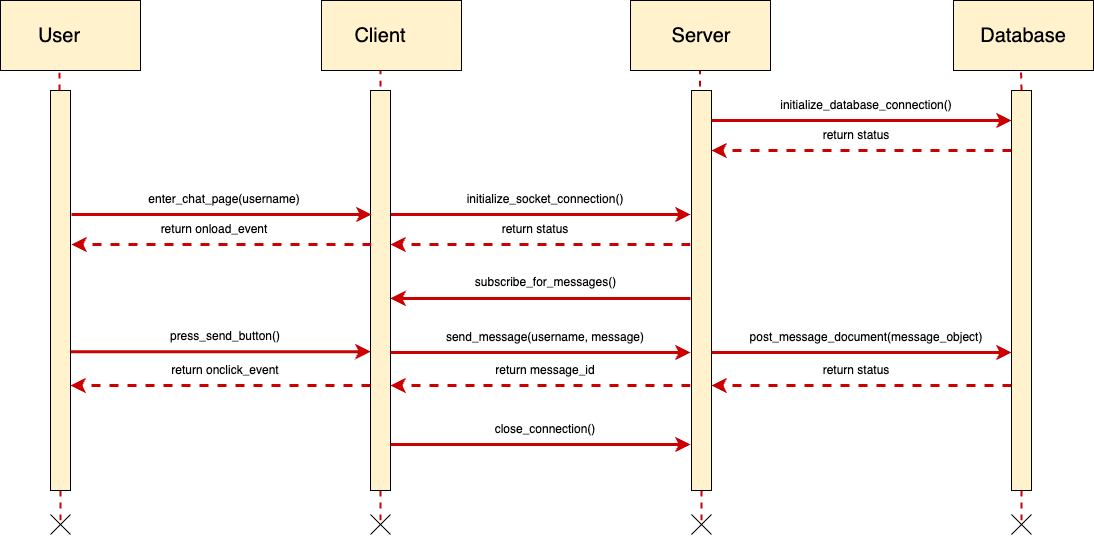
Earlier version of the draw.io export figures/send-message-user-to-server-sequence.png (thecalebmoody/msg-app). Source tidied: cells renumbered, new cells last; positions are measured from the earlier drawing's top-left corner, leaving out a move shared by most shapes.
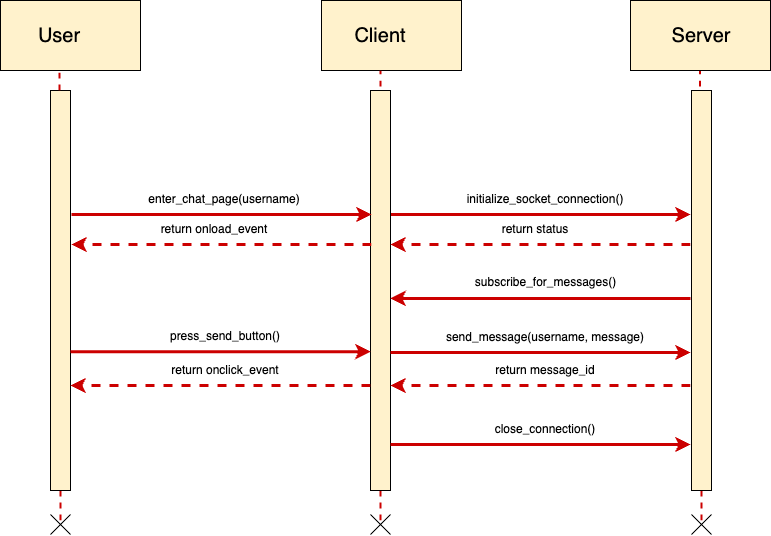
After the commit.

Commit message:
Removed DB from user-to-server Sequence

Change to the diagram source:
```diff
@@ -113,9 +113,6 @@
     <mxCell id="25" value="return status" style="text;html=1;align=center;verticalAlign=middle;whiteSpace=wrap;rounded=0;" parent="1" vertex="1">
       <mxGeometry x="450" y="214" width="170" height="30" as="geometry" />
     </mxCell>
-    <mxCell id="26" style="rounded=0;whiteSpace=wrap;html=1;fillColor=#fff2cc;strokeColor=#000000;" parent="1" vertex="1">
-      <mxGeometry x="1011" y="90" width="20" height="400" as="geometry" />
-    </mxCell>
     <mxCell id="27" style="endArrow=none;dashed=1;html=1;rounded=0;strokeWidth=2;strokeColor=#CC0000;" parent="1" edge="1">
       <mxGeometry relative="1" as="geometry">
         <mxPoint x="701" y="520" as="sourcePoint" />
@@ -137,84 +134,6 @@
         <mxPoint x="711" y="514" as="targetPoint" />
       </mxGeometry>
     </mxCell>
-    <mxCell id="31" style="endArrow=none;dashed=1;html=1;rounded=0;strokeWidth=2;strokeColor=#CC0000;" parent="1" edge="1">
-      <mxGeometry relative="1" as="geometry">
-        <mxPoint x="1021" y="520" as="sourcePoint" />
-        <mxPoint x="1021" y="490" as="targetPoint" />
-      </mxGeometry>
-    </mxCell>
-    <mxCell id="32" style="endArrow=none;html=1;rounded=0;" parent="1" edge="1">
-      <mxGeometry relative="1" as="geometry">
-        <mxPoint x="1031" y="534" as="sourcePoint" />
-        <mxPoint x="1011" y="514" as="targetPoint" />
-      </mxGeometry>
-    </mxCell>
-    <mxCell id="33" style="endArrow=none;html=1;rounded=0;" parent="1" edge="1">
-      <mxGeometry relative="1" as="geometry">
-        <mxPoint x="1011" y="534" as="sourcePoint" />
-        <mxPoint x="1031" y="514" as="targetPoint" />
-      </mxGeometry>
-    </mxCell>
-    <mxCell id="34" style="endArrow=none;dashed=1;html=1;rounded=0;entryX=0.5;entryY=1;entryDx=0;entryDy=0;strokeWidth=2;strokeColor=#CC0000;" parent="1" edge="1">
-      <mxGeometry relative="1" as="geometry">
-        <mxPoint x="1021" y="90" as="sourcePoint" />
-        <mxPoint x="1020.5" y="70" as="targetPoint" />
-      </mxGeometry>
-    </mxCell>
-    <mxCell id="35" style="rounded=0;whiteSpace=wrap;html=1;fillColor=#fff2cc;strokeColor=#000000;" parent="1" vertex="1">
-      <mxGeometry x="953" width="140" height="70" as="geometry" />
-    </mxCell>
-    <mxCell id="36" value="&lt;font style=&quot;font-size: 20px;&quot;&gt;Database&lt;/font&gt;" style="text;html=1;align=center;verticalAlign=middle;whiteSpace=wrap;rounded=0;strokeWidth=1;" parent="1" vertex="1">
-      <mxGeometry x="992" y="20" width="62" height="30" as="geometry" />
-    </mxCell>
-    <mxCell id="37" style="endArrow=classic;html=1;rounded=0;entryX=0.033;entryY=0.139;entryDx=0;entryDy=0;entryPerimeter=0;strokeWidth=3;strokeColor=#CC0000;" parent="1" edge="1">
-      <mxGeometry relative="1" as="geometry">
-        <mxPoint x="711" y="120" as="sourcePoint" />
-        <mxPoint x="1011" y="120" as="targetPoint" />
-      </mxGeometry>
-    </mxCell>
-    <mxCell id="38" value="initialize_database_connection()" style="text;html=1;align=center;verticalAlign=middle;whiteSpace=wrap;rounded=0;" parent="1" vertex="1">
-      <mxGeometry x="781" y="90" width="170" height="30" as="geometry" />
-    </mxCell>
-    <mxCell id="39" style="endArrow=none;dashed=1;html=1;rounded=0;strokeWidth=3;strokeColor=#CC0000;endSize=6;jumpSize=6;" parent="1" edge="1">
-      <mxGeometry relative="1" as="geometry">
-        <mxPoint x="1011" y="150" as="sourcePoint" />
-        <mxPoint x="711" y="150" as="targetPoint" />
-      </mxGeometry>
-    </mxCell>
-    <mxCell id="40" style="endArrow=classic;html=1;rounded=0;strokeWidth=3;strokeColor=#CC0000;" parent="1" edge="1">
-      <mxGeometry relative="1" as="geometry">
-        <mxPoint x="723" y="150" as="sourcePoint" />
-        <mxPoint x="711" y="150" as="targetPoint" />
-      </mxGeometry>
-    </mxCell>
-    <mxCell id="41" value="return status" style="text;html=1;align=center;verticalAlign=middle;whiteSpace=wrap;rounded=0;" parent="1" vertex="1">
-      <mxGeometry x="771" y="120" width="170" height="30" as="geometry" />
-    </mxCell>
-    <mxCell id="42" style="endArrow=classic;html=1;rounded=0;entryX=0.033;entryY=0.139;entryDx=0;entryDy=0;entryPerimeter=0;strokeWidth=3;strokeColor=#CC0000;" parent="1" edge="1">
-      <mxGeometry relative="1" as="geometry">
-        <mxPoint x="711" y="352" as="sourcePoint" />
-        <mxPoint x="1011" y="352" as="targetPoint" />
-      </mxGeometry>
-    </mxCell>
-    <mxCell id="43" value="post_message_document(message_object)" style="text;html=1;align=center;verticalAlign=middle;whiteSpace=wrap;rounded=0;" parent="1" vertex="1">
-      <mxGeometry x="756" y="322" width="220" height="30" as="geometry" />
-    </mxCell>
-    <mxCell id="44" style="endArrow=none;dashed=1;html=1;rounded=0;strokeWidth=3;strokeColor=#CC0000;endSize=6;jumpSize=6;" parent="1" edge="1">
-      <mxGeometry relative="1" as="geometry">
-        <mxPoint x="1011" y="385" as="sourcePoint" />
-        <mxPoint x="711" y="385" as="targetPoint" />
-      </mxGeometry>
-    </mxCell>
-    <mxCell id="45" style="endArrow=classic;html=1;rounded=0;strokeWidth=3;strokeColor=#CC0000;" parent="1" edge="1">
-      <mxGeometry relative="1" as="geometry">
-        <mxPoint x="723" y="385" as="sourcePoint" />
-        <mxPoint x="711" y="385" as="targetPoint" />
-      </mxGeometry>
-    </mxCell>
-    <mxCell id="46" value="return status" style="text;html=1;align=center;verticalAlign=middle;whiteSpace=wrap;rounded=0;" parent="1" vertex="1">
-      <mxGeometry x="771" y="355" width="170" height="30" as="geometry" />
-    </mxCell>
     <mxCell id="47" style="endArrow=none;dashed=1;html=1;rounded=0;strokeWidth=2;strokeColor=#CC0000;" parent="1" edge="1">
       <mxGeometry relative="1" as="geometry">
         <mxPoint x="60" y="520" as="sourcePoint" />
```
